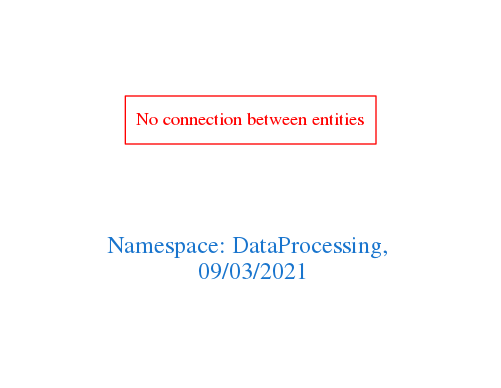
Above: downloads/DataProcessing.png in arago/OGIT (Graphviz), before the change. Its source is kept beside it as downloads/DataProcessing.dot.
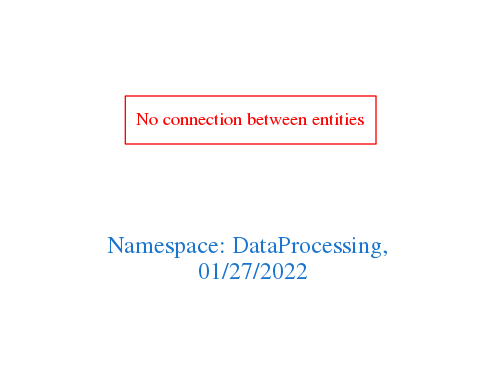
After the commit.

Change to the diagram source:
```diff
@@ -1,7 +1,7 @@
 digraph OGIT_ontology {
  graph [ rankdir= LR,pad=1
 fontsize = 18,
-fontcolor= dodgerblue3,label = "\n\n\nNamespace: DataProcessing, \n 09/03/2021"];
+fontcolor= dodgerblue3,label = "\n\n\nNamespace: DataProcessing, \n 01/27/2022"];
 node[shape=polygon];
 edge [  color="gray81"];
 
```
